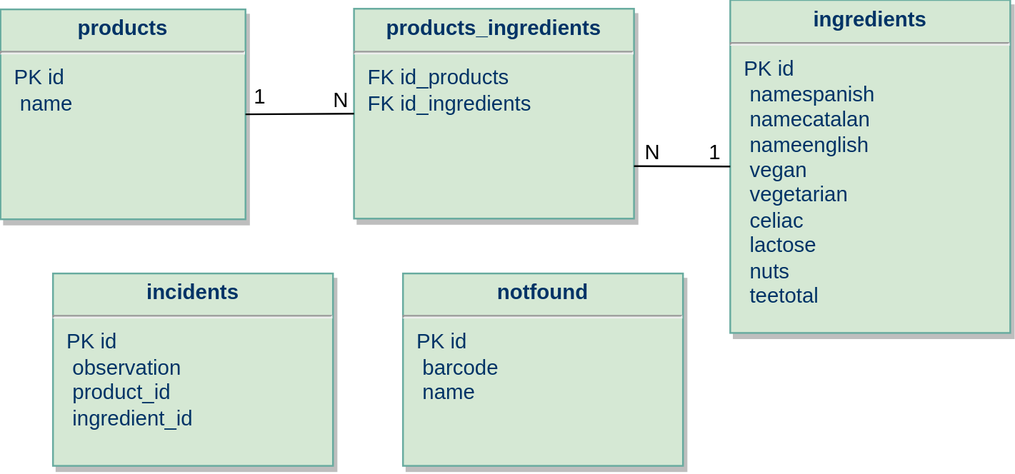
The draw.io diagram Diagramas/Diagrama-ER_TaamApp.svg in 1601230/Taam-App, before a commit. Source tidied: cells renumbered, new cells last; positions are measured from the earlier drawing's top-left corner, leaving out a move shared by most shapes. Its diagram source:
```xml
<mxGraphModel>
  <root>
    <mxCell id="0" />
    <mxCell id="1" parent="0" />
    <mxCell id="2" value="&lt;p style=&quot;margin: 4px 0px 0px; text-align: center;&quot;&gt;&lt;b style=&quot;&quot;&gt;products_ingredients&lt;/b&gt;&lt;/p&gt;&lt;hr&gt;&lt;p style=&quot;margin: 0px; margin-left: 8px;&quot;&gt;FK&lt;span style=&quot;white-space: pre;&quot;&gt; &lt;/span&gt;id_products&lt;br&gt;&lt;/p&gt;&lt;p style=&quot;margin: 0px; margin-left: 8px;&quot;&gt;FK&lt;span style=&quot;white-space: pre;&quot;&gt; &lt;/span&gt;id_ingredients&lt;/p&gt;" style="verticalAlign=top;align=left;overflow=fill;fontSize=12;fontFamily=Helvetica;html=1;strokeColor=#67AB9F;shadow=1;fillColor=#D5E8D4;fontColor=#003366;" parent="1" vertex="1">
      <mxGeometry x="202" y="4.6" width="160" height="120" as="geometry" />
    </mxCell>
    <mxCell id="3" value="&lt;p style=&quot;margin: 4px 0px 0px; text-align: center;&quot;&gt;&lt;b style=&quot;&quot;&gt;notfound&lt;/b&gt;&lt;/p&gt;&lt;hr&gt;&lt;p style=&quot;margin: 0px; margin-left: 8px;&quot;&gt;PK&lt;span style=&quot;white-space: pre;&quot;&gt; &lt;/span&gt;id&lt;/p&gt;&lt;p style=&quot;margin: 0px; margin-left: 8px;&quot;&gt;&lt;span style=&quot;white-space: pre;&quot;&gt; &lt;/span&gt;barcode&lt;/p&gt;&lt;p style=&quot;margin: 0px; margin-left: 8px;&quot;&gt;&lt;span style=&quot;white-space: pre;&quot;&gt; &lt;/span&gt;name&lt;/p&gt;" style="verticalAlign=top;align=left;overflow=fill;fontSize=12;fontFamily=Helvetica;html=1;strokeColor=#67AB9F;shadow=1;fillColor=#D5E8D4;fontColor=#003366;" parent="1" vertex="1">
      <mxGeometry x="230" y="156" width="160" height="110" as="geometry" />
    </mxCell>
    <mxCell id="4" value="&lt;p style=&quot;margin: 4px 0px 0px; text-align: center;&quot;&gt;&lt;b style=&quot;&quot;&gt;incidents&lt;/b&gt;&lt;/p&gt;&lt;hr&gt;&lt;p style=&quot;margin: 0px; margin-left: 8px;&quot;&gt;PK&lt;span style=&quot;white-space: pre;&quot;&gt; &lt;/span&gt;id&lt;/p&gt;&lt;p style=&quot;margin: 0px; margin-left: 8px;&quot;&gt;&lt;span style=&quot;white-space: pre;&quot;&gt; &lt;/span&gt;observation&lt;/p&gt;&lt;p style=&quot;margin: 0px; margin-left: 8px;&quot;&gt;&lt;span style=&quot;white-space: pre;&quot;&gt; &lt;/span&gt;product_id&lt;/p&gt;&lt;p style=&quot;margin: 0px; margin-left: 8px;&quot;&gt;&lt;span style=&quot;white-space: pre;&quot;&gt; &lt;/span&gt;ingredient_id&lt;/p&gt;" style="verticalAlign=top;align=left;overflow=fill;fontSize=12;fontFamily=Helvetica;html=1;strokeColor=#67AB9F;shadow=1;fillColor=#D5E8D4;fontColor=#003366;" parent="1" vertex="1">
      <mxGeometry x="30" y="156" width="160" height="110" as="geometry" />
    </mxCell>
    <mxCell id="5" value="&lt;p style=&quot;margin: 4px 0px 0px; text-align: center;&quot;&gt;&lt;b style=&quot;&quot;&gt;ingredients&lt;/b&gt;&lt;/p&gt;&lt;hr&gt;&lt;p style=&quot;margin: 0px; margin-left: 8px;&quot;&gt;PK&lt;span style=&quot;white-space: pre;&quot;&gt; &lt;/span&gt;id&lt;/p&gt;&lt;p style=&quot;margin: 0px; margin-left: 8px;&quot;&gt;&lt;span style=&quot;white-space: pre;&quot;&gt; &lt;/span&gt;namespanish&lt;/p&gt;&lt;p style=&quot;margin: 0px; margin-left: 8px;&quot;&gt;&lt;span style=&quot;white-space: pre;&quot;&gt; &lt;/span&gt;namecatalan&lt;/p&gt;&lt;p style=&quot;margin: 0px; margin-left: 8px;&quot;&gt;&lt;span style=&quot;white-space: pre;&quot;&gt; &lt;/span&gt;nameenglish&lt;/p&gt;&lt;p style=&quot;margin: 0px; margin-left: 8px;&quot;&gt;&lt;span style=&quot;white-space: pre;&quot;&gt; &lt;/span&gt;vegan&lt;/p&gt;&lt;p style=&quot;margin: 0px; margin-left: 8px;&quot;&gt;&lt;span style=&quot;white-space: pre;&quot;&gt; &lt;/span&gt;vegetarian&lt;/p&gt;&lt;p style=&quot;margin: 0px; margin-left: 8px;&quot;&gt;&lt;span style=&quot;white-space: pre;&quot;&gt; &lt;/span&gt;celiac&lt;/p&gt;&lt;p style=&quot;margin: 0px; margin-left: 8px;&quot;&gt;&lt;span style=&quot;white-space: pre;&quot;&gt; &lt;/span&gt;lactose&lt;/p&gt;&lt;p style=&quot;margin: 0px; margin-left: 8px;&quot;&gt;&lt;span style=&quot;white-space: pre;&quot;&gt; &lt;/span&gt;nuts&lt;/p&gt;&lt;p style=&quot;margin: 0px; margin-left: 8px;&quot;&gt;&lt;span style=&quot;white-space: pre;&quot;&gt; &lt;/span&gt;teetotal&lt;/p&gt;" style="verticalAlign=top;align=left;overflow=fill;fontSize=12;fontFamily=Helvetica;html=1;strokeColor=#67AB9F;shadow=1;fillColor=#D5E8D4;fontColor=#003366;" parent="1" vertex="1">
      <mxGeometry x="417" y="-0.4" width="160" height="190.4" as="geometry" />
    </mxCell>
    <mxCell id="6" value="&lt;p style=&quot;margin: 4px 0px 0px; text-align: center;&quot;&gt;&lt;b style=&quot;&quot;&gt;products&lt;/b&gt;&lt;/p&gt;&lt;hr&gt;&lt;p style=&quot;margin: 0px; margin-left: 8px;&quot;&gt;PK&lt;span style=&quot;white-space: pre;&quot;&gt; &lt;/span&gt;id&lt;/p&gt;&lt;p style=&quot;margin: 0px; margin-left: 8px;&quot;&gt;&lt;span style=&quot;white-space: pre;&quot;&gt; &lt;/span&gt;name&lt;/p&gt;" style="verticalAlign=top;align=left;overflow=fill;fontSize=12;fontFamily=Helvetica;html=1;strokeColor=#67AB9F;shadow=1;fillColor=#D5E8D4;fontColor=#003366;" parent="1" vertex="1">
      <mxGeometry y="5" width="140" height="120" as="geometry" />
    </mxCell>
    <mxCell id="7" style="endArrow=none;html=1;rounded=0;exitX=1;exitY=0.5;exitDx=0;exitDy=0;entryX=0;entryY=0.5;entryDx=0;entryDy=0;" parent="1" edge="1" source="6" target="2">
      <mxGeometry relative="1" as="geometry" />
    </mxCell>
    <mxCell id="8" value="1" style="html=1;whiteSpace=wrap;align=left;verticalAlign=bottom;" parent="7" vertex="1">
      <mxGeometry x="-1" relative="1" as="geometry">
        <mxPoint x="3" y="-2" as="offset" />
      </mxGeometry>
    </mxCell>
    <mxCell id="9" value="N" style="html=1;whiteSpace=wrap;align=right;verticalAlign=bottom;" parent="7" vertex="1">
      <mxGeometry x="1" relative="1" as="geometry">
        <mxPoint x="-2" as="offset" />
      </mxGeometry>
    </mxCell>
    <mxCell id="10" style="endArrow=none;html=1;rounded=0;entryX=1;entryY=0.75;entryDx=0;entryDy=0;exitX=0;exitY=0.5;exitDx=0;exitDy=0;" parent="1" edge="1" source="5" target="2">
      <mxGeometry relative="1" as="geometry" />
    </mxCell>
    <mxCell id="11" value="1" style="html=1;whiteSpace=wrap;align=left;verticalAlign=bottom;" parent="10" vertex="1">
      <mxGeometry x="-1" relative="1" as="geometry">
        <mxPoint x="-14" as="offset" />
      </mxGeometry>
    </mxCell>
    <mxCell id="12" value="N" style="html=1;whiteSpace=wrap;align=right;verticalAlign=bottom;" parent="10" vertex="1">
      <mxGeometry x="1" relative="1" as="geometry">
        <mxPoint x="16" as="offset" />
      </mxGeometry>
    </mxCell>
  </root>
</mxGraphModel>
```
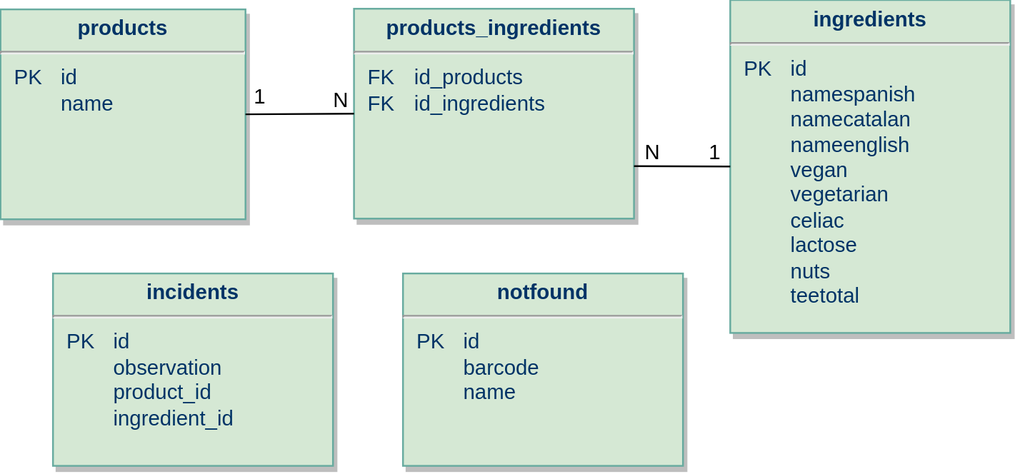
After the commit.

What changed in the source:
```diff
@@ -2,19 +2,19 @@
   <root>
     <mxCell id="0" />
     <mxCell id="1" parent="0" />
-    <mxCell id="2" value="&lt;p style=&quot;margin: 4px 0px 0px; text-align: center;&quot;&gt;&lt;b style=&quot;&quot;&gt;products_ingredients&lt;/b&gt;&lt;/p&gt;&lt;hr&gt;&lt;p style=&quot;margin: 0px; margin-left: 8px;&quot;&gt;FK&lt;span style=&quot;white-space: pre;&quot;&gt; &lt;/span&gt;id_products&lt;br&gt;&lt;/p&gt;&lt;p style=&quot;margin: 0px; margin-left: 8px;&quot;&gt;FK&lt;span style=&quot;white-space: pre;&quot;&gt; &lt;/span&gt;id_ingredients&lt;/p&gt;" style="verticalAlign=top;align=left;overflow=fill;fontSize=12;fontFamily=Helvetica;html=1;strokeColor=#67AB9F;shadow=1;fillColor=#D5E8D4;fontColor=#003366;" parent="1" vertex="1">
+    <mxCell id="2" value="&lt;p style=&quot;margin: 4px 0px 0px; text-align: center;&quot;&gt;&lt;b style=&quot;&quot;&gt;products_ingredients&lt;/b&gt;&lt;/p&gt;&lt;hr&gt;&lt;p style=&quot;margin: 0px; margin-left: 8px;&quot;&gt;FK&lt;span style=&quot;white-space: pre;&quot;&gt;&#9;&lt;/span&gt;id_products&lt;br&gt;&lt;/p&gt;&lt;p style=&quot;margin: 0px; margin-left: 8px;&quot;&gt;FK&lt;span style=&quot;white-space: pre;&quot;&gt; &lt;span style=&quot;white-space: pre;&quot;&gt;&#9;&lt;/span&gt;&lt;/span&gt;id_ingredients&lt;/p&gt;" style="verticalAlign=top;align=left;overflow=fill;fontSize=12;fontFamily=Helvetica;html=1;strokeColor=#67AB9F;shadow=1;fillColor=#D5E8D4;fontColor=#003366;" parent="1" vertex="1">
       <mxGeometry x="202" y="4.6" width="160" height="120" as="geometry" />
     </mxCell>
-    <mxCell id="3" value="&lt;p style=&quot;margin: 4px 0px 0px; text-align: center;&quot;&gt;&lt;b style=&quot;&quot;&gt;notfound&lt;/b&gt;&lt;/p&gt;&lt;hr&gt;&lt;p style=&quot;margin: 0px; margin-left: 8px;&quot;&gt;PK&lt;span style=&quot;white-space: pre;&quot;&gt; &lt;/span&gt;id&lt;/p&gt;&lt;p style=&quot;margin: 0px; margin-left: 8px;&quot;&gt;&lt;span style=&quot;white-space: pre;&quot;&gt; &lt;/span&gt;barcode&lt;/p&gt;&lt;p style=&quot;margin: 0px; margin-left: 8px;&quot;&gt;&lt;span style=&quot;white-space: pre;&quot;&gt; &lt;/span&gt;name&lt;/p&gt;" style="verticalAlign=top;align=left;overflow=fill;fontSize=12;fontFamily=Helvetica;html=1;strokeColor=#67AB9F;shadow=1;fillColor=#D5E8D4;fontColor=#003366;" parent="1" vertex="1">
+    <mxCell id="3" value="&lt;p style=&quot;margin: 4px 0px 0px; text-align: center;&quot;&gt;&lt;b style=&quot;&quot;&gt;notfound&lt;/b&gt;&lt;/p&gt;&lt;hr&gt;&lt;p style=&quot;margin: 0px; margin-left: 8px;&quot;&gt;PK&lt;span style=&quot;white-space: pre;&quot;&gt;&#9;&lt;/span&gt;id&lt;/p&gt;&lt;p style=&quot;margin: 0px; margin-left: 8px;&quot;&gt;&lt;span style=&quot;white-space: pre;&quot;&gt; &lt;span style=&quot;white-space: pre;&quot;&gt;&#9;&lt;/span&gt;&lt;/span&gt;barcode&lt;/p&gt;&lt;p style=&quot;margin: 0px; margin-left: 8px;&quot;&gt;&lt;span style=&quot;white-space: pre;&quot;&gt; &lt;span style=&quot;white-space: pre;&quot;&gt;&#9;&lt;/span&gt;&lt;/span&gt;name&lt;/p&gt;" style="verticalAlign=top;align=left;overflow=fill;fontSize=12;fontFamily=Helvetica;html=1;strokeColor=#67AB9F;shadow=1;fillColor=#D5E8D4;fontColor=#003366;" parent="1" vertex="1">
       <mxGeometry x="230" y="156" width="160" height="110" as="geometry" />
     </mxCell>
-    <mxCell id="4" value="&lt;p style=&quot;margin: 4px 0px 0px; text-align: center;&quot;&gt;&lt;b style=&quot;&quot;&gt;incidents&lt;/b&gt;&lt;/p&gt;&lt;hr&gt;&lt;p style=&quot;margin: 0px; margin-left: 8px;&quot;&gt;PK&lt;span style=&quot;white-space: pre;&quot;&gt; &lt;/span&gt;id&lt;/p&gt;&lt;p style=&quot;margin: 0px; margin-left: 8px;&quot;&gt;&lt;span style=&quot;white-space: pre;&quot;&gt; &lt;/span&gt;observation&lt;/p&gt;&lt;p style=&quot;margin: 0px; margin-left: 8px;&quot;&gt;&lt;span style=&quot;white-space: pre;&quot;&gt; &lt;/span&gt;product_id&lt;/p&gt;&lt;p style=&quot;margin: 0px; margin-left: 8px;&quot;&gt;&lt;span style=&quot;white-space: pre;&quot;&gt; &lt;/span&gt;ingredient_id&lt;/p&gt;" style="verticalAlign=top;align=left;overflow=fill;fontSize=12;fontFamily=Helvetica;html=1;strokeColor=#67AB9F;shadow=1;fillColor=#D5E8D4;fontColor=#003366;" parent="1" vertex="1">
+    <mxCell id="4" value="&lt;p style=&quot;margin: 4px 0px 0px; text-align: center;&quot;&gt;&lt;b style=&quot;&quot;&gt;incidents&lt;/b&gt;&lt;/p&gt;&lt;hr&gt;&lt;p style=&quot;margin: 0px; margin-left: 8px;&quot;&gt;PK&lt;span style=&quot;white-space: pre;&quot;&gt;&#9;&lt;/span&gt;id&lt;/p&gt;&lt;p style=&quot;margin: 0px; margin-left: 8px;&quot;&gt;&lt;span style=&quot;white-space: pre;&quot;&gt; &lt;span style=&quot;white-space: pre;&quot;&gt;&#9;&lt;/span&gt;&lt;/span&gt;observation&lt;/p&gt;&lt;p style=&quot;margin: 0px; margin-left: 8px;&quot;&gt;&lt;span style=&quot;white-space: pre;&quot;&gt; &lt;span style=&quot;white-space: pre;&quot;&gt;&#9;&lt;/span&gt;&lt;/span&gt;product_id&lt;/p&gt;&lt;p style=&quot;margin: 0px; margin-left: 8px;&quot;&gt;&lt;span style=&quot;white-space: pre;&quot;&gt; &lt;span style=&quot;white-space: pre;&quot;&gt;&#9;&lt;/span&gt;&lt;/span&gt;ingredient_id&lt;/p&gt;" style="verticalAlign=top;align=left;overflow=fill;fontSize=12;fontFamily=Helvetica;html=1;strokeColor=#67AB9F;shadow=1;fillColor=#D5E8D4;fontColor=#003366;" parent="1" vertex="1">
       <mxGeometry x="30" y="156" width="160" height="110" as="geometry" />
     </mxCell>
-    <mxCell id="5" value="&lt;p style=&quot;margin: 4px 0px 0px; text-align: center;&quot;&gt;&lt;b style=&quot;&quot;&gt;ingredients&lt;/b&gt;&lt;/p&gt;&lt;hr&gt;&lt;p style=&quot;margin: 0px; margin-left: 8px;&quot;&gt;PK&lt;span style=&quot;white-space: pre;&quot;&gt; &lt;/span&gt;id&lt;/p&gt;&lt;p style=&quot;margin: 0px; margin-left: 8px;&quot;&gt;&lt;span style=&quot;white-space: pre;&quot;&gt; &lt;/span&gt;namespanish&lt;/p&gt;&lt;p style=&quot;margin: 0px; margin-left: 8px;&quot;&gt;&lt;span style=&quot;white-space: pre;&quot;&gt; &lt;/span&gt;namecatalan&lt;/p&gt;&lt;p style=&quot;margin: 0px; margin-left: 8px;&quot;&gt;&lt;span style=&quot;white-space: pre;&quot;&gt; &lt;/span&gt;nameenglish&lt;/p&gt;&lt;p style=&quot;margin: 0px; margin-left: 8px;&quot;&gt;&lt;span style=&quot;white-space: pre;&quot;&gt; &lt;/span&gt;vegan&lt;/p&gt;&lt;p style=&quot;margin: 0px; margin-left: 8px;&quot;&gt;&lt;span style=&quot;white-space: pre;&quot;&gt; &lt;/span&gt;vegetarian&lt;/p&gt;&lt;p style=&quot;margin: 0px; margin-left: 8px;&quot;&gt;&lt;span style=&quot;white-space: pre;&quot;&gt; &lt;/span&gt;celiac&lt;/p&gt;&lt;p style=&quot;margin: 0px; margin-left: 8px;&quot;&gt;&lt;span style=&quot;white-space: pre;&quot;&gt; &lt;/span&gt;lactose&lt;/p&gt;&lt;p style=&quot;margin: 0px; margin-left: 8px;&quot;&gt;&lt;span style=&quot;white-space: pre;&quot;&gt; &lt;/span&gt;nuts&lt;/p&gt;&lt;p style=&quot;margin: 0px; margin-left: 8px;&quot;&gt;&lt;span style=&quot;white-space: pre;&quot;&gt; &lt;/span&gt;teetotal&lt;/p&gt;" style="verticalAlign=top;align=left;overflow=fill;fontSize=12;fontFamily=Helvetica;html=1;strokeColor=#67AB9F;shadow=1;fillColor=#D5E8D4;fontColor=#003366;" parent="1" vertex="1">
+    <mxCell id="5" value="&lt;p style=&quot;margin: 4px 0px 0px; text-align: center;&quot;&gt;&lt;b style=&quot;&quot;&gt;ingredients&lt;/b&gt;&lt;/p&gt;&lt;hr&gt;&lt;p style=&quot;margin: 0px; margin-left: 8px;&quot;&gt;PK&lt;span style=&quot;white-space: pre;&quot;&gt; &lt;span style=&quot;white-space: pre;&quot;&gt;&#9;&lt;/span&gt;&lt;/span&gt;id&lt;/p&gt;&lt;p style=&quot;margin: 0px; margin-left: 8px;&quot;&gt;&lt;span style=&quot;white-space: pre;&quot;&gt; &lt;span style=&quot;white-space: pre;&quot;&gt;&#9;&lt;/span&gt;&lt;/span&gt;namespanish&lt;/p&gt;&lt;p style=&quot;margin: 0px; margin-left: 8px;&quot;&gt;&lt;span style=&quot;white-space: pre;&quot;&gt; &lt;span style=&quot;white-space: pre;&quot;&gt;&#9;&lt;/span&gt;&lt;/span&gt;namecatalan&lt;/p&gt;&lt;p style=&quot;margin: 0px; margin-left: 8px;&quot;&gt;&lt;span style=&quot;white-space: pre;&quot;&gt; &lt;span style=&quot;white-space: pre;&quot;&gt;&#9;&lt;/span&gt;&lt;/span&gt;nameenglish&lt;/p&gt;&lt;p style=&quot;margin: 0px; margin-left: 8px;&quot;&gt;&lt;span style=&quot;white-space: pre;&quot;&gt; &lt;span style=&quot;white-space: pre;&quot;&gt;&#9;&lt;/span&gt;&lt;/span&gt;vegan&lt;/p&gt;&lt;p style=&quot;margin: 0px; margin-left: 8px;&quot;&gt;&lt;span style=&quot;white-space: pre;&quot;&gt; &lt;span style=&quot;white-space: pre;&quot;&gt;&#9;&lt;/span&gt;&lt;/span&gt;vegetarian&lt;/p&gt;&lt;p style=&quot;margin: 0px; margin-left: 8px;&quot;&gt;&lt;span style=&quot;white-space: pre;&quot;&gt; &lt;span style=&quot;white-space: pre;&quot;&gt;&#9;&lt;/span&gt;&lt;/span&gt;celiac&lt;/p&gt;&lt;p style=&quot;margin: 0px; margin-left: 8px;&quot;&gt;&lt;span style=&quot;white-space: pre;&quot;&gt; &lt;span style=&quot;white-space: pre;&quot;&gt;&#9;&lt;/span&gt;&lt;/span&gt;lactose&lt;/p&gt;&lt;p style=&quot;margin: 0px; margin-left: 8px;&quot;&gt;&lt;span style=&quot;white-space: pre;&quot;&gt; &lt;span style=&quot;white-space: pre;&quot;&gt;&#9;&lt;/span&gt;&lt;/span&gt;nuts&lt;/p&gt;&lt;p style=&quot;margin: 0px; margin-left: 8px;&quot;&gt;&lt;span style=&quot;white-space: pre;&quot;&gt; &lt;span style=&quot;white-space: pre;&quot;&gt;&#9;&lt;/span&gt;&lt;/span&gt;teetotal&lt;/p&gt;" style="verticalAlign=top;align=left;overflow=fill;fontSize=12;fontFamily=Helvetica;html=1;strokeColor=#67AB9F;shadow=1;fillColor=#D5E8D4;fontColor=#003366;" parent="1" vertex="1">
       <mxGeometry x="417" y="-0.4" width="160" height="190.4" as="geometry" />
     </mxCell>
-    <mxCell id="6" value="&lt;p style=&quot;margin: 4px 0px 0px; text-align: center;&quot;&gt;&lt;b style=&quot;&quot;&gt;products&lt;/b&gt;&lt;/p&gt;&lt;hr&gt;&lt;p style=&quot;margin: 0px; margin-left: 8px;&quot;&gt;PK&lt;span style=&quot;white-space: pre;&quot;&gt; &lt;/span&gt;id&lt;/p&gt;&lt;p style=&quot;margin: 0px; margin-left: 8px;&quot;&gt;&lt;span style=&quot;white-space: pre;&quot;&gt; &lt;/span&gt;name&lt;/p&gt;" style="verticalAlign=top;align=left;overflow=fill;fontSize=12;fontFamily=Helvetica;html=1;strokeColor=#67AB9F;shadow=1;fillColor=#D5E8D4;fontColor=#003366;" parent="1" vertex="1">
+    <mxCell id="6" value="&lt;p style=&quot;margin: 4px 0px 0px; text-align: center;&quot;&gt;&lt;b style=&quot;&quot;&gt;products&lt;/b&gt;&lt;/p&gt;&lt;hr&gt;&lt;p style=&quot;margin: 0px; margin-left: 8px;&quot;&gt;PK&lt;span style=&quot;white-space: pre;&quot;&gt;&#9;&lt;/span&gt;id&lt;/p&gt;&lt;p style=&quot;margin: 0px; margin-left: 8px;&quot;&gt;&lt;span style=&quot;white-space: pre;&quot;&gt; &lt;span style=&quot;white-space: pre;&quot;&gt;&#9;&lt;/span&gt;&lt;/span&gt;name&lt;/p&gt;" style="verticalAlign=top;align=left;overflow=fill;fontSize=12;fontFamily=Helvetica;html=1;strokeColor=#67AB9F;shadow=1;fillColor=#D5E8D4;fontColor=#003366;" parent="1" vertex="1">
       <mxGeometry y="5" width="140" height="120" as="geometry" />
     </mxCell>
     <mxCell id="7" style="endArrow=none;html=1;rounded=0;exitX=1;exitY=0.5;exitDx=0;exitDy=0;entryX=0;entryY=0.5;entryDx=0;entryDy=0;" parent="1" edge="1" source="6" target="2">
```
